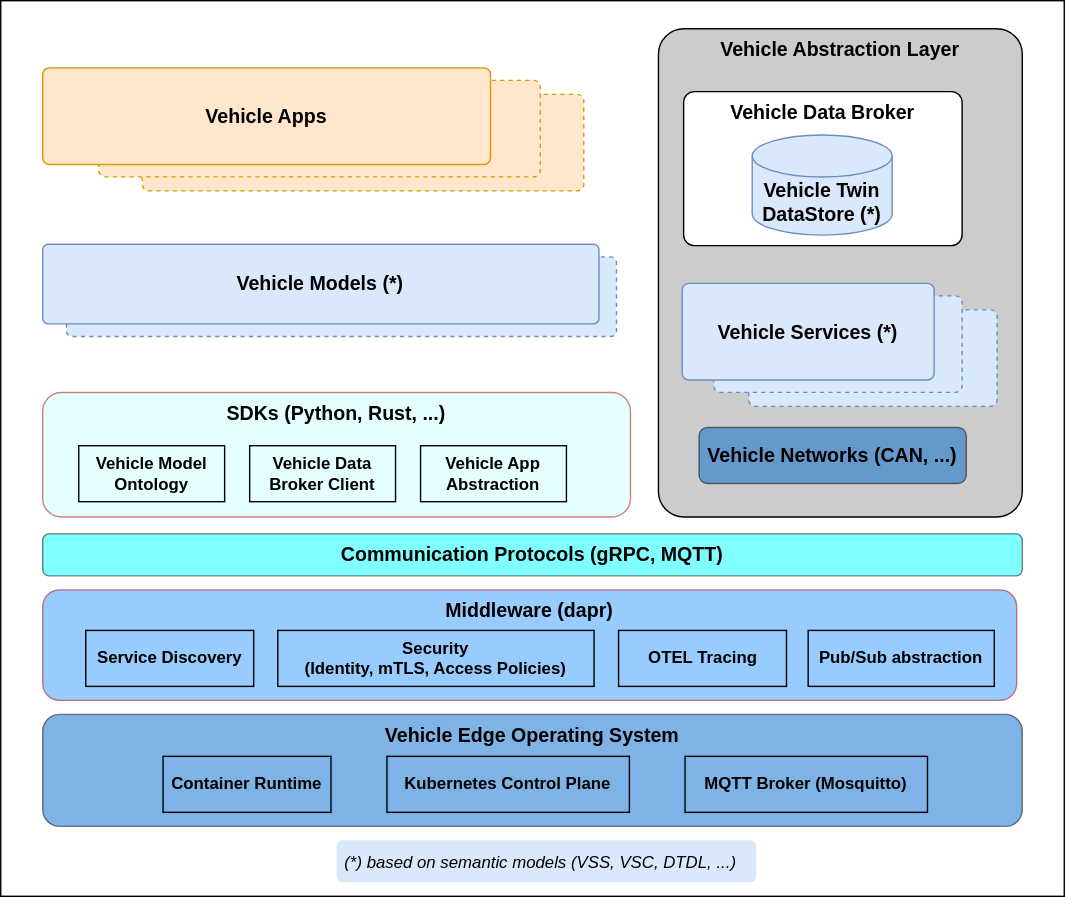
The draw.io diagram assets/programming_model.drawio.svg in emsameen/velocitas-docs, before a commit. Source tidied: cells renumbered, new cells last; positions are measured from the earlier drawing's top-left corner, leaving out a move shared by most shapes.
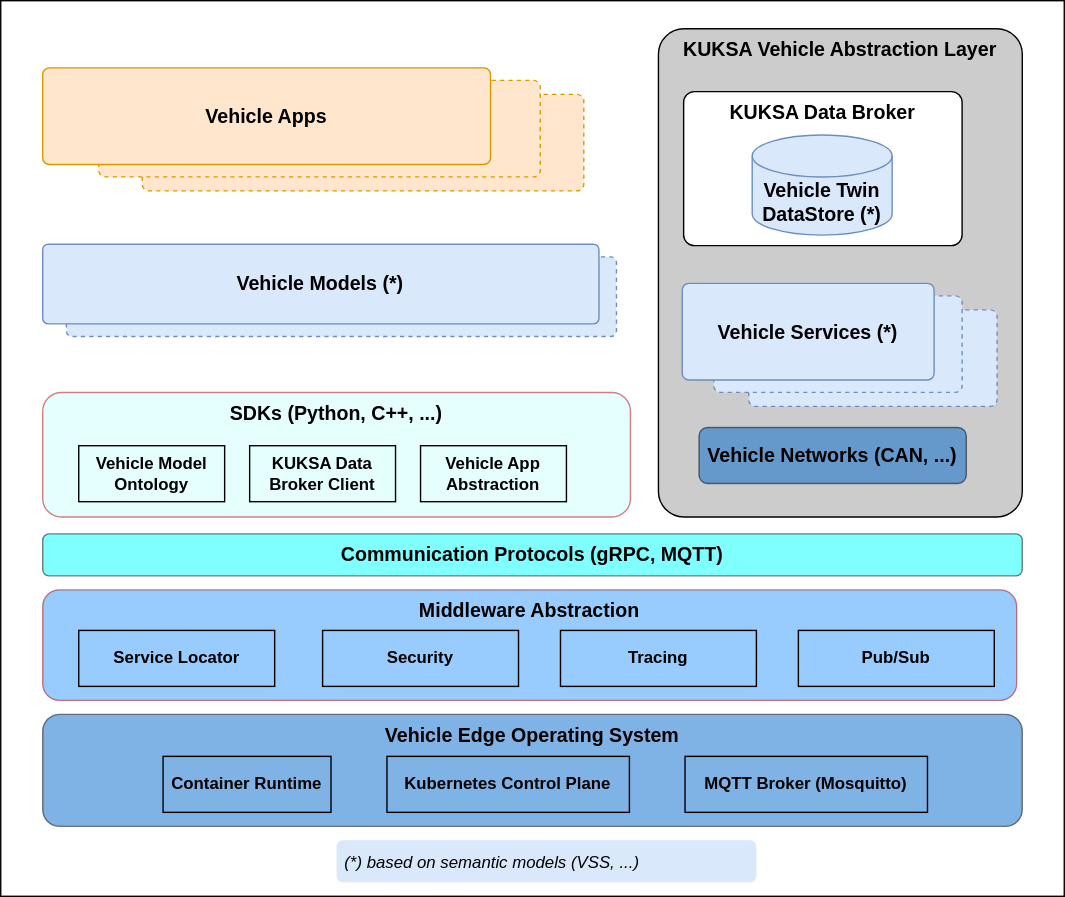
After the change.

Diff of the diagram source:
```diff
@@ -1,99 +1,99 @@
 <mxGraphModel>
   <root>
-    <mxCell id="0" />
-    <mxCell id="1" parent="0" />
-    <mxCell id="2" style="rounded=0;whiteSpace=wrap;html=1;fontColor=#333333;strokeColor=default;fillColor=none;verticalAlign=top;labelPosition=center;verticalLabelPosition=middle;align=left;fontStyle=1;fontSize=16;" parent="1" vertex="1">
-      <mxGeometry width="760" height="640" as="geometry" />
-    </mxCell>
-    <mxCell id="3" value="Vehicle Abstraction Layer" style="rounded=1;whiteSpace=wrap;html=1;arcSize=7;verticalAlign=top;fillColor=#CCCCCC;fontStyle=1;fontSize=14;" parent="1" vertex="1">
-      <mxGeometry x="470" y="20" width="260" height="349" as="geometry" />
-    </mxCell>
+    <mxCell id="33" />
+    <mxCell id="34" parent="33" />
+    <mxCell id="35" style="rounded=0;whiteSpace=wrap;html=1;fontColor=#333333;strokeColor=default;fillColor=none;verticalAlign=top;labelPosition=center;verticalLabelPosition=middle;align=left;fontStyle=1;fontSize=16;" parent="34" vertex="1">
+      <mxGeometry width="760" height="640" as="geometry" />
+    </mxCell>
+    <mxCell id="36" value="KUKSA Vehicle Abstraction Layer" style="rounded=1;whiteSpace=wrap;html=1;arcSize=7;verticalAlign=top;fillColor=#CCCCCC;fontStyle=1;fontSize=14;" parent="34" vertex="1">
+      <mxGeometry x="470" y="20" width="260" height="349" as="geometry" />
+    </mxCell>
-    <mxCell id="4" value="Communication Protocols (gRPC, MQTT)" style="whiteSpace=wrap;html=1;fillColor=#00FFFF;strokeColor=#000000;fontColor=#000000;opacity=50;verticalAlign=top;rounded=1;fontStyle=1;fontSize=14;" parent="1" vertex="1">
+    <mxCell id="4" value="Communication Protocols (gRPC, MQTT)" style="whiteSpace=wrap;html=1;fillColor=#00FFFF;strokeColor=#000000;fontColor=#000000;opacity=50;verticalAlign=top;rounded=1;fontStyle=1;fontSize=14;" parent="34" vertex="1">
       <mxGeometry x="30" y="381" width="700" height="30" as="geometry" />
     </mxCell>
-    <mxCell id="5" value="SDKs (Python, Rust, ...)" style="whiteSpace=wrap;html=1;fillColor=#CCFFFF;strokeColor=#B20000;fontColor=#000000;opacity=50;verticalAlign=top;rounded=1;fontStyle=1;fontSize=14;" parent="1" vertex="1">
-      <mxGeometry x="30" y="280" width="420" height="89" as="geometry" />
-    </mxCell>
-    <mxCell id="6" value="Vehicle Data Broker" style="rounded=1;whiteSpace=wrap;html=1;arcSize=7;verticalAlign=top;fontStyle=1;fontSize=14;" parent="1" vertex="1">
-      <mxGeometry x="488" y="65" width="199" height="110" as="geometry" />
-    </mxCell>
+    <mxCell id="37" value="SDKs (Python, C++, ...)" style="whiteSpace=wrap;html=1;fillColor=#CCFFFF;strokeColor=#B20000;fontColor=#000000;opacity=50;verticalAlign=top;rounded=1;fontStyle=1;fontSize=14;" parent="34" vertex="1">
+      <mxGeometry x="30" y="280" width="420" height="89" as="geometry" />
+    </mxCell>
+    <mxCell id="38" value="KUKSA Data Broker" style="rounded=1;whiteSpace=wrap;html=1;arcSize=7;verticalAlign=top;fontStyle=1;fontSize=14;" parent="34" vertex="1">
+      <mxGeometry x="488" y="65" width="199" height="110" as="geometry" />
+    </mxCell>
-    <mxCell id="7" value="Vehicle Twin&lt;br style=&quot;font-size: 14px&quot;&gt;DataStore (*)" style="shape=cylinder3;whiteSpace=wrap;html=1;boundedLbl=1;backgroundOutline=1;size=15;fillColor=#dae8fc;strokeColor=#6c8ebf;fontStyle=1;fontSize=14;" parent="1" vertex="1">
+    <mxCell id="7" value="Vehicle Twin&lt;br style=&quot;font-size: 14px&quot;&gt;DataStore (*)" style="shape=cylinder3;whiteSpace=wrap;html=1;boundedLbl=1;backgroundOutline=1;size=15;fillColor=#dae8fc;strokeColor=#6c8ebf;fontStyle=1;fontSize=14;" parent="34" vertex="1">
       <mxGeometry x="537" y="96" width="100" height="71.5" as="geometry" />
     </mxCell>
-    <mxCell id="8" style="group;fillColor=none;strokeColor=none;verticalAlign=middle;fontStyle=1;fontSize=14;" parent="1" vertex="1">
-      <mxGeometry x="487" y="202" width="225" height="87.9" as="geometry" />
-    </mxCell>
+    <mxCell id="39" style="group;fillColor=none;strokeColor=none;verticalAlign=middle;fontStyle=1;fontSize=14;" parent="34" vertex="1">
+      <mxGeometry x="487" y="202" width="225" height="87.9" as="geometry" />
+    </mxCell>
-    <mxCell id="9" value="Vehicle Service" style="rounded=1;whiteSpace=wrap;html=1;arcSize=7;verticalAlign=top;dashed=1;fillColor=#dae8fc;strokeColor=#6c8ebf;fontStyle=1;fontSize=14;" parent="8" vertex="1">
+    <mxCell id="9" value="Vehicle Service" style="rounded=1;whiteSpace=wrap;html=1;arcSize=7;verticalAlign=top;dashed=1;fillColor=#dae8fc;strokeColor=#6c8ebf;fontStyle=1;fontSize=14;" parent="39" vertex="1">
       <mxGeometry x="47.5" y="18.9" width="177.5" height="69" as="geometry" />
     </mxCell>
-    <mxCell id="10" value="Vehicle Service" style="rounded=1;whiteSpace=wrap;html=1;arcSize=7;verticalAlign=top;dashed=1;fillColor=#dae8fc;strokeColor=#6c8ebf;fontStyle=1;fontSize=14;" parent="8" vertex="1">
+    <mxCell id="10" value="Vehicle Service" style="rounded=1;whiteSpace=wrap;html=1;arcSize=7;verticalAlign=top;dashed=1;fillColor=#dae8fc;strokeColor=#6c8ebf;fontStyle=1;fontSize=14;" parent="39" vertex="1">
       <mxGeometry x="22.5" y="8.9" width="177.5" height="69" as="geometry" />
     </mxCell>
-    <mxCell id="11" value="Vehicle Services (*)" style="rounded=1;whiteSpace=wrap;html=1;arcSize=7;verticalAlign=middle;fillColor=#dae8fc;strokeColor=#6c8ebf;fontStyle=1;fontSize=14;" parent="8" vertex="1">
+    <mxCell id="11" value="Vehicle Services (*)" style="rounded=1;whiteSpace=wrap;html=1;arcSize=7;verticalAlign=middle;fillColor=#dae8fc;strokeColor=#6c8ebf;fontStyle=1;fontSize=14;" parent="39" vertex="1">
       <mxGeometry width="180" height="69" as="geometry" />
     </mxCell>
-    <mxCell id="12" style="group;fillColor=none;strokeColor=none;fontStyle=1;fontSize=14;" parent="1" vertex="1">
-      <mxGeometry x="30" y="48" width="400" height="87.9" as="geometry" />
-    </mxCell>
+    <mxCell id="40" style="group;fillColor=none;strokeColor=none;fontStyle=1;fontSize=14;" parent="34" vertex="1">
+      <mxGeometry x="30" y="48" width="400" height="87.9" as="geometry" />
+    </mxCell>
-    <mxCell id="13" value="Vehicle Service" style="rounded=1;whiteSpace=wrap;html=1;arcSize=7;verticalAlign=top;dashed=1;fillColor=#ffe6cc;strokeColor=#d79b00;fontStyle=1;fontSize=14;" parent="12" vertex="1">
+    <mxCell id="13" value="Vehicle Service" style="rounded=1;whiteSpace=wrap;html=1;arcSize=7;verticalAlign=top;dashed=1;fillColor=#ffe6cc;strokeColor=#d79b00;fontStyle=1;fontSize=14;" parent="40" vertex="1">
       <mxGeometry x="71.1" y="18.9" width="315.6" height="69" as="geometry" />
     </mxCell>
-    <mxCell id="14" value="Vehicle Service" style="rounded=1;whiteSpace=wrap;html=1;arcSize=7;verticalAlign=top;dashed=1;fillColor=#ffe6cc;strokeColor=#d79b00;fontStyle=1;fontSize=14;" parent="12" vertex="1">
+    <mxCell id="14" value="Vehicle Service" style="rounded=1;whiteSpace=wrap;html=1;arcSize=7;verticalAlign=top;dashed=1;fillColor=#ffe6cc;strokeColor=#d79b00;fontStyle=1;fontSize=14;" parent="40" vertex="1">
       <mxGeometry x="40" y="8.9" width="315.6" height="69" as="geometry" />
     </mxCell>
-    <mxCell id="15" value="Vehicle Apps" style="rounded=1;whiteSpace=wrap;html=1;arcSize=7;verticalAlign=middle;fillColor=#ffe6cc;strokeColor=#d79b00;fontStyle=1;fontSize=14;" parent="12" vertex="1">
+    <mxCell id="15" value="Vehicle Apps" style="rounded=1;whiteSpace=wrap;html=1;arcSize=7;verticalAlign=middle;fillColor=#ffe6cc;strokeColor=#d79b00;fontStyle=1;fontSize=14;" parent="40" vertex="1">
       <mxGeometry width="320" height="69" as="geometry" />
     </mxCell>
-    <mxCell id="16" value="Middleware (dapr)" style="whiteSpace=wrap;html=1;fillColor=#3399FF;strokeColor=#B20000;fontColor=#000000;opacity=50;verticalAlign=top;rounded=1;fontStyle=1;fontSize=14;" parent="1" vertex="1">
-      <mxGeometry x="30" y="421" width="696" height="79" as="geometry" />
-    </mxCell>
+    <mxCell id="41" value="Middleware Abstraction" style="whiteSpace=wrap;html=1;fillColor=#3399FF;strokeColor=#B20000;fontColor=#000000;opacity=50;verticalAlign=top;rounded=1;fontStyle=1;fontSize=14;" parent="34" vertex="1">
+      <mxGeometry x="30" y="421" width="696" height="79" as="geometry" />
+    </mxCell>
-    <mxCell id="17" value="Vehicle Edge Operating System" style="whiteSpace=wrap;html=1;fillColor=#0066CC;strokeColor=#000000;fontColor=#000000;opacity=50;verticalAlign=top;rounded=1;fontStyle=1;fontSize=14;" parent="1" vertex="1">
+    <mxCell id="17" value="Vehicle Edge Operating System" style="whiteSpace=wrap;html=1;fillColor=#0066CC;strokeColor=#000000;fontColor=#000000;opacity=50;verticalAlign=top;rounded=1;fontStyle=1;fontSize=14;" parent="34" vertex="1">
       <mxGeometry x="30" y="510" width="700" height="80" as="geometry" />
     </mxCell>
-    <mxCell id="18" value="Service Discovery" style="rounded=0;whiteSpace=wrap;html=1;fontSize=12;fontColor=#000000;strokeColor=default;fillColor=none;fontStyle=1;" parent="1" vertex="1">
-      <mxGeometry x="60.8" y="450" width="120" height="40" as="geometry" />
-    </mxCell>
-    <mxCell id="19" value="Security &lt;br style=&quot;font-size: 12px;&quot;&gt;(Identity, mTLS, Access Policies)" style="rounded=0;whiteSpace=wrap;html=1;fontSize=12;fontColor=#000000;strokeColor=default;fillColor=none;fontStyle=1;" parent="1" vertex="1">
-      <mxGeometry x="198" y="450" width="226" height="40" as="geometry" />
-    </mxCell>
-    <mxCell id="20" value="OTEL Tracing" style="rounded=0;whiteSpace=wrap;html=1;fontSize=12;fontColor=#000000;strokeColor=default;fillColor=none;fontStyle=1;" parent="1" vertex="1">
-      <mxGeometry x="441.5" y="450" width="120" height="40" as="geometry" />
-    </mxCell>
-    <mxCell id="21" value="Pub/Sub abstraction" style="rounded=0;whiteSpace=wrap;html=1;fontSize=12;fontColor=#000000;strokeColor=default;fillColor=none;fontStyle=1;" parent="1" vertex="1">
-      <mxGeometry x="577" y="450" width="133" height="40" as="geometry" />
-    </mxCell>
+    <mxCell id="42" value="Service Locator" style="rounded=0;whiteSpace=wrap;html=1;fontSize=12;fontColor=#000000;strokeColor=default;fillColor=none;fontStyle=1;" parent="34" vertex="1">
+      <mxGeometry x="55.8" y="450" width="140" height="40" as="geometry" />
+    </mxCell>
+    <mxCell id="43" value="Security" style="rounded=0;whiteSpace=wrap;html=1;fontSize=12;fontColor=#000000;strokeColor=default;fillColor=none;fontStyle=1;" parent="34" vertex="1">
+      <mxGeometry x="230" y="450" width="140" height="40" as="geometry" />
+    </mxCell>
+    <mxCell id="44" value="Tracing" style="rounded=0;whiteSpace=wrap;html=1;fontSize=12;fontColor=#000000;strokeColor=default;fillColor=none;fontStyle=1;" parent="34" vertex="1">
+      <mxGeometry x="400" y="450" width="140" height="40" as="geometry" />
+    </mxCell>
+    <mxCell id="45" value="Pub/Sub" style="rounded=0;whiteSpace=wrap;html=1;fontSize=12;fontColor=#000000;strokeColor=default;fillColor=none;fontStyle=1;" parent="34" vertex="1">
+      <mxGeometry x="570" y="450" width="140" height="40" as="geometry" />
+    </mxCell>
-    <mxCell id="22" value="Container Runtime" style="rounded=0;whiteSpace=wrap;html=1;fontSize=12;fontColor=#000000;strokeColor=default;fillColor=none;fontStyle=1;" parent="1" vertex="1">
+    <mxCell id="22" value="Container Runtime" style="rounded=0;whiteSpace=wrap;html=1;fontSize=12;fontColor=#000000;strokeColor=default;fillColor=none;fontStyle=1;" parent="34" vertex="1">
       <mxGeometry x="116" y="540" width="120" height="40" as="geometry" />
     </mxCell>
-    <mxCell id="23" value="Kubernetes Control Plane" style="rounded=0;whiteSpace=wrap;html=1;fontSize=12;fontColor=#000000;strokeColor=default;fillColor=none;fontStyle=1;" parent="1" vertex="1">
+    <mxCell id="23" value="Kubernetes Control Plane" style="rounded=0;whiteSpace=wrap;html=1;fontSize=12;fontColor=#000000;strokeColor=default;fillColor=none;fontStyle=1;" parent="34" vertex="1">
       <mxGeometry x="276" y="540" width="173.2" height="40" as="geometry" />
     </mxCell>
-    <mxCell id="24" value="MQTT Broker (Mosquitto)" style="rounded=0;whiteSpace=wrap;html=1;fontSize=12;fontColor=#000000;strokeColor=default;fillColor=none;fontStyle=1;" parent="1" vertex="1">
+    <mxCell id="24" value="MQTT Broker (Mosquitto)" style="rounded=0;whiteSpace=wrap;html=1;fontSize=12;fontColor=#000000;strokeColor=default;fillColor=none;fontStyle=1;" parent="34" vertex="1">
       <mxGeometry x="489" y="540" width="173.2" height="40" as="geometry" />
     </mxCell>
-    <mxCell id="25" style="group;fontColor=#000000;" parent="1" vertex="1">
-      <mxGeometry x="30" y="174" width="410" height="66" as="geometry" />
-    </mxCell>
+    <mxCell id="46" style="group;fontColor=#000000;" parent="34" vertex="1">
+      <mxGeometry x="30" y="174" width="410" height="66" as="geometry" />
+    </mxCell>
-    <mxCell id="26" value="Vehicle Models" style="rounded=1;whiteSpace=wrap;html=1;arcSize=7;labelPosition=center;verticalLabelPosition=middle;align=center;verticalAlign=top;fillColor=#dae8fc;strokeColor=#6c8ebf;dashed=1;fontStyle=1;fontSize=14;" parent="25" vertex="1">
+    <mxCell id="26" value="Vehicle Models" style="rounded=1;whiteSpace=wrap;html=1;arcSize=7;labelPosition=center;verticalLabelPosition=middle;align=center;verticalAlign=top;fillColor=#dae8fc;strokeColor=#6c8ebf;dashed=1;fontStyle=1;fontSize=14;" parent="46" vertex="1">
       <mxGeometry x="16.9" y="9.1" width="393.1" height="56.9" as="geometry" />
     </mxCell>
-    <mxCell id="27" value="Vehicle Models (*)" style="rounded=1;whiteSpace=wrap;html=1;arcSize=7;labelPosition=center;verticalLabelPosition=middle;align=center;verticalAlign=middle;fillColor=#dae8fc;strokeColor=#6c8ebf;fontStyle=1;fontSize=14;" parent="25" vertex="1">
+    <mxCell id="27" value="Vehicle Models (*)" style="rounded=1;whiteSpace=wrap;html=1;arcSize=7;labelPosition=center;verticalLabelPosition=middle;align=center;verticalAlign=middle;fillColor=#dae8fc;strokeColor=#6c8ebf;fontStyle=1;fontSize=14;" parent="46" vertex="1">
       <mxGeometry width="397.5" height="56.9" as="geometry" />
     </mxCell>
-    <mxCell id="28" value="Vehicle Model Ontology" style="rounded=0;whiteSpace=wrap;html=1;fontSize=12;fontColor=#000000;strokeColor=default;fillColor=none;fontStyle=1;" parent="1" vertex="1">
+    <mxCell id="28" value="Vehicle Model Ontology" style="rounded=0;whiteSpace=wrap;html=1;fontSize=12;fontColor=#000000;strokeColor=default;fillColor=none;fontStyle=1;" parent="34" vertex="1">
       <mxGeometry x="55.8" y="318" width="104.2" height="40" as="geometry" />
     </mxCell>
-    <mxCell id="29" value="Vehicle Data Broker Client" style="rounded=0;whiteSpace=wrap;html=1;fontSize=12;fontColor=#000000;strokeColor=default;fillColor=none;fontStyle=1;" parent="1" vertex="1">
-      <mxGeometry x="177.9" y="318" width="104.2" height="40" as="geometry" />
-    </mxCell>
+    <mxCell id="47" value="KUKSA Data Broker Client" style="rounded=0;whiteSpace=wrap;html=1;fontSize=12;fontColor=#000000;strokeColor=default;fillColor=none;fontStyle=1;" parent="34" vertex="1">
+      <mxGeometry x="177.9" y="318" width="104.2" height="40" as="geometry" />
+    </mxCell>
-    <mxCell id="30" value="Vehicle App Abstraction" style="rounded=0;whiteSpace=wrap;html=1;fontSize=12;fontColor=#000000;strokeColor=default;fillColor=none;fontStyle=1;" parent="1" vertex="1">
+    <mxCell id="30" value="Vehicle App Abstraction" style="rounded=0;whiteSpace=wrap;html=1;fontSize=12;fontColor=#000000;strokeColor=default;fillColor=none;fontStyle=1;" parent="34" vertex="1">
       <mxGeometry x="300" y="318" width="104.2" height="40" as="geometry" />
     </mxCell>
-    <mxCell id="31" value="(*) based on semantic models (VSS, VSC, DTDL, ...)" style="text;strokeColor=none;fillColor=#dae8fc;align=left;verticalAlign=middle;spacingLeft=4;spacingRight=4;overflow=hidden;rounded=1;fontSize=12;fontStyle=2;" parent="1" vertex="1">
-      <mxGeometry x="240" y="600" width="300" height="30" as="geometry" />
-    </mxCell>
-    <mxCell id="32" value="Vehicle Networks (CAN, ...)" style="rounded=1;whiteSpace=wrap;html=1;fontSize=14;fontColor=#000000;strokeColor=#000000;fillColor=#0066CC;fontStyle=1;verticalAlign=middle;opacity=50;" parent="1" vertex="1">
-      <mxGeometry x="499" y="305" width="191" height="40" as="geometry" />
-    </mxCell>
+    <mxCell id="48" value="(*) based on semantic models (VSS, ...)" style="text;strokeColor=none;fillColor=#dae8fc;align=left;verticalAlign=middle;spacingLeft=4;spacingRight=4;overflow=hidden;rounded=1;fontSize=12;fontStyle=2;" parent="34" vertex="1">
+      <mxGeometry x="240" y="600" width="300" height="30" as="geometry" />
+    </mxCell>
+    <mxCell id="3" value="Vehicle Networks (CAN, ...)" style="rounded=1;whiteSpace=wrap;html=1;fontSize=14;fontColor=#000000;strokeColor=#000000;fillColor=#0066CC;fontStyle=1;verticalAlign=middle;opacity=50;" parent="34" vertex="1">
+      <mxGeometry x="499" y="305" width="191" height="40" as="geometry" />
+    </mxCell>
   </root>
 </mxGraphModel>
```
